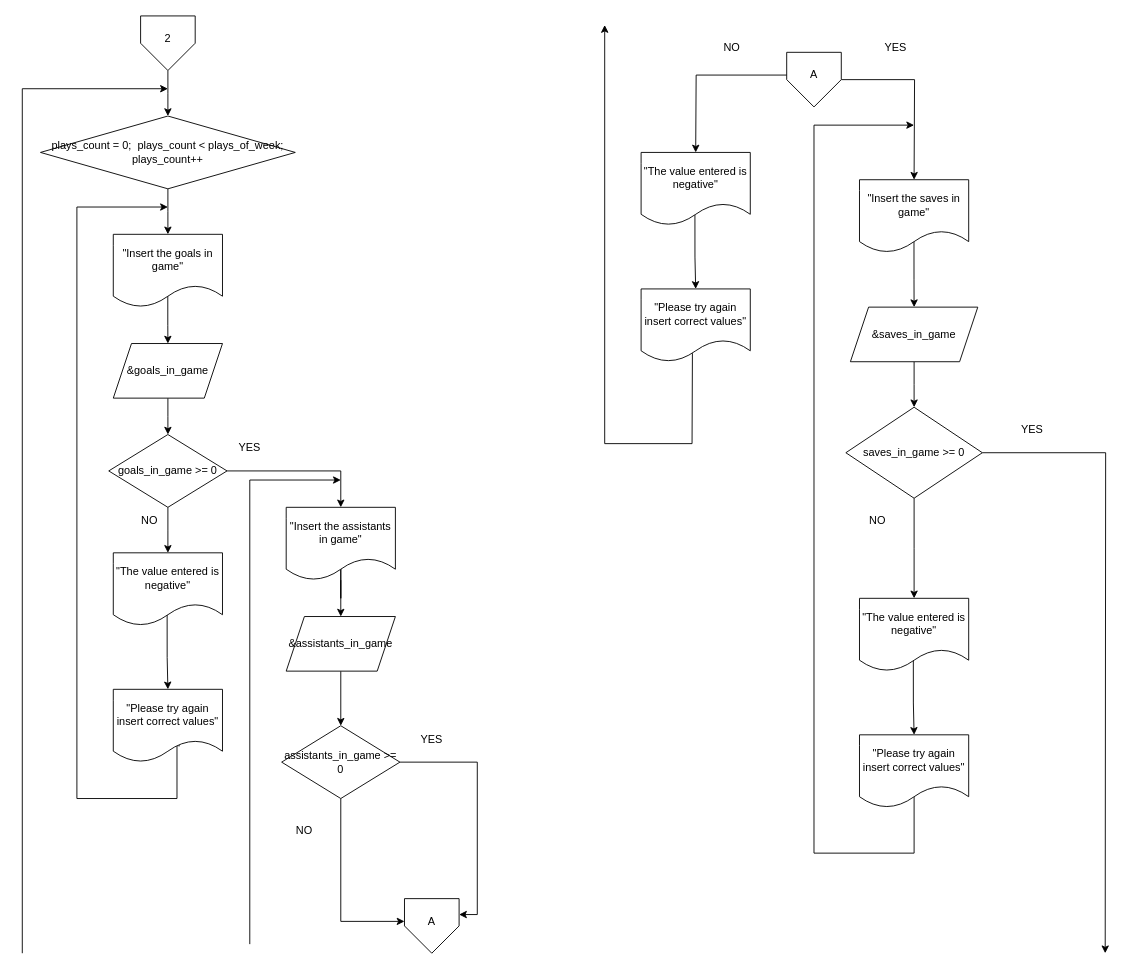
Earlier version of the draw.io diagram page "Page-3" (3 of 3) of 04_footballgames_practice/docs/excercisefootballgames.drawio (SrMochi02/exercises-c). Source tidied: cells renumbered, new cells numbered last; positions are measured from the earlier drawing's top-left corner, leaving out a move shared by most shapes. Both pictures are drawn from the tidied source at 91%, with x=0, y=0 at pixel (22, 15).
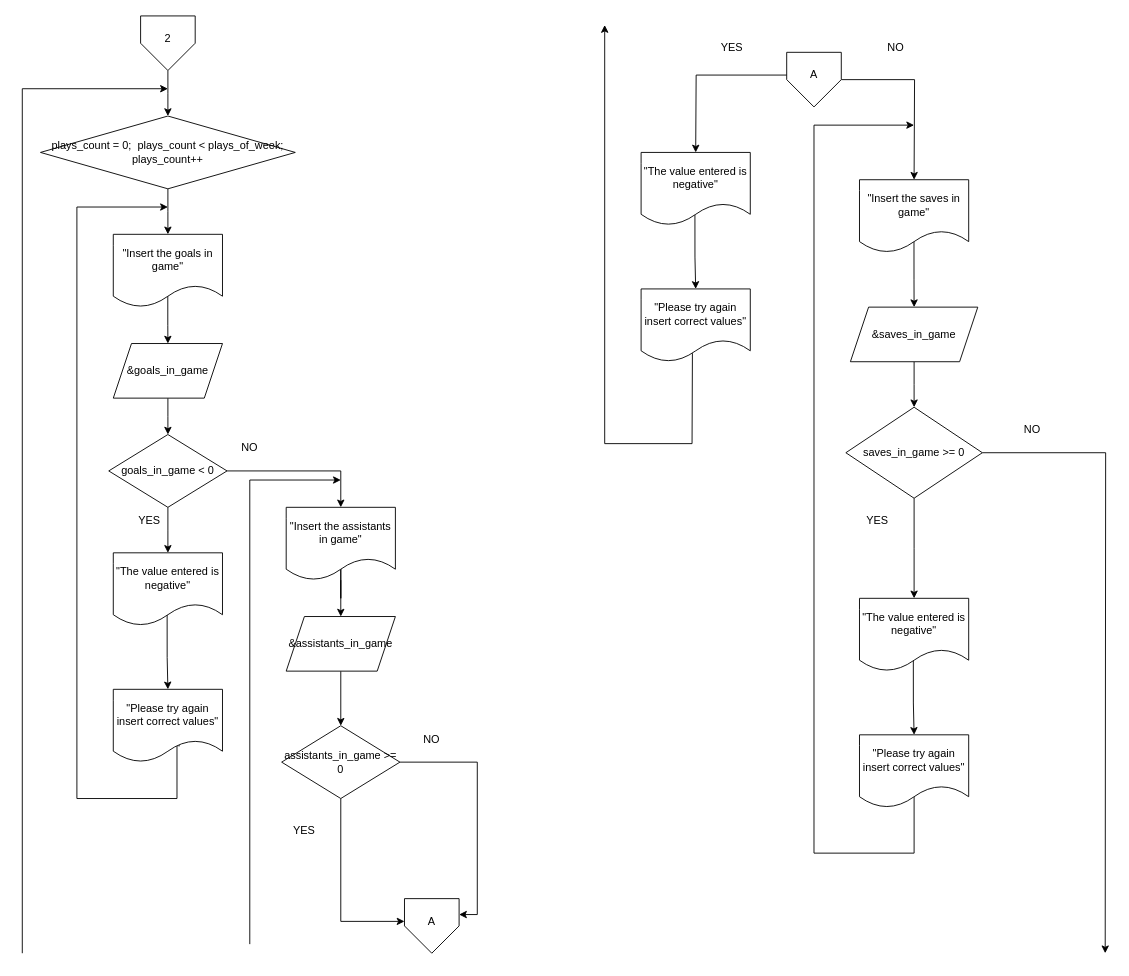
The same page after the edit.

The edit, as a diff of the source:
```diff
@@
-    <mxCell id="17" value="goals_in_game &amp;gt;= 0" style="rhombus;whiteSpace=wrap;html=1;" parent="1" vertex="1">
+    <mxCell id="17" value="goals_in_game &amp;lt; 0" style="rhombus;whiteSpace=wrap;html=1;" parent="1" vertex="1">
       <mxGeometry x="95" y="460" width="130" height="80" as="geometry" />
     </mxCell>
-    <mxCell id="18" value="YES" style="text;html=1;whiteSpace=wrap;strokeColor=none;fillColor=none;align=center;verticalAlign=middle;rounded=0;" parent="1" vertex="1">
+    <mxCell id="18" value="NO" style="text;html=1;whiteSpace=wrap;strokeColor=none;fillColor=none;align=center;verticalAlign=middle;rounded=0;" parent="1" vertex="1">
       <mxGeometry x="220" y="460" width="60" height="30" as="geometry" />
     </mxCell>
-    <mxCell id="19" value="NO" style="text;html=1;whiteSpace=wrap;strokeColor=none;fillColor=none;align=center;verticalAlign=middle;rounded=0;" parent="1" vertex="1">
+    <mxCell id="19" value="YES" style="text;html=1;whiteSpace=wrap;strokeColor=none;fillColor=none;align=center;verticalAlign=middle;rounded=0;" parent="1" vertex="1">
       <mxGeometry x="110" y="540" width="60" height="30" as="geometry" />
     </mxCell>
@@
-    <mxCell id="28" value="YES" style="text;html=1;whiteSpace=wrap;strokeColor=none;fillColor=none;align=center;verticalAlign=middle;rounded=0;" parent="1" vertex="1">
+    <mxCell id="28" value="NO" style="text;html=1;whiteSpace=wrap;strokeColor=none;fillColor=none;align=center;verticalAlign=middle;rounded=0;" parent="1" vertex="1">
       <mxGeometry x="420" y="780" width="60" height="30" as="geometry" />
     </mxCell>
-    <mxCell id="29" value="NO" style="text;html=1;whiteSpace=wrap;strokeColor=none;fillColor=none;align=center;verticalAlign=middle;rounded=0;" parent="1" vertex="1">
+    <mxCell id="29" value="YES" style="text;html=1;whiteSpace=wrap;strokeColor=none;fillColor=none;align=center;verticalAlign=middle;rounded=0;" parent="1" vertex="1">
       <mxGeometry x="280" y="880" width="60" height="30" as="geometry" />
     </mxCell>
@@
-    <mxCell id="40" value="NO" style="text;html=1;whiteSpace=wrap;strokeColor=none;fillColor=none;align=center;verticalAlign=middle;rounded=0;" parent="1" vertex="1">
+    <mxCell id="40" value="YES" style="text;html=1;whiteSpace=wrap;strokeColor=none;fillColor=none;align=center;verticalAlign=middle;rounded=0;" parent="1" vertex="1">
       <mxGeometry x="750" y="20" width="60" height="30" as="geometry" />
     </mxCell>
-    <mxCell id="41" value="YES" style="text;html=1;whiteSpace=wrap;strokeColor=none;fillColor=none;align=center;verticalAlign=middle;rounded=0;" parent="1" vertex="1">
+    <mxCell id="41" value="NO" style="text;html=1;whiteSpace=wrap;strokeColor=none;fillColor=none;align=center;verticalAlign=middle;rounded=0;" parent="1" vertex="1">
       <mxGeometry x="930" y="20" width="60" height="30" as="geometry" />
     </mxCell>
@@
-    <mxCell id="50" value="NO" style="text;html=1;whiteSpace=wrap;strokeColor=none;fillColor=none;align=center;verticalAlign=middle;rounded=0;" parent="1" vertex="1">
+    <mxCell id="50" value="YES" style="text;html=1;whiteSpace=wrap;strokeColor=none;fillColor=none;align=center;verticalAlign=middle;rounded=0;" parent="1" vertex="1">
       <mxGeometry x="910" y="540" width="60" height="30" as="geometry" />
     </mxCell>
-    <mxCell id="51" value="YES" style="text;html=1;whiteSpace=wrap;strokeColor=none;fillColor=none;align=center;verticalAlign=middle;rounded=0;" parent="1" vertex="1">
+    <mxCell id="51" value="NO" style="text;html=1;whiteSpace=wrap;strokeColor=none;fillColor=none;align=center;verticalAlign=middle;rounded=0;" parent="1" vertex="1">
       <mxGeometry x="1080" y="440" width="60" height="30" as="geometry" />
     </mxCell>
```
